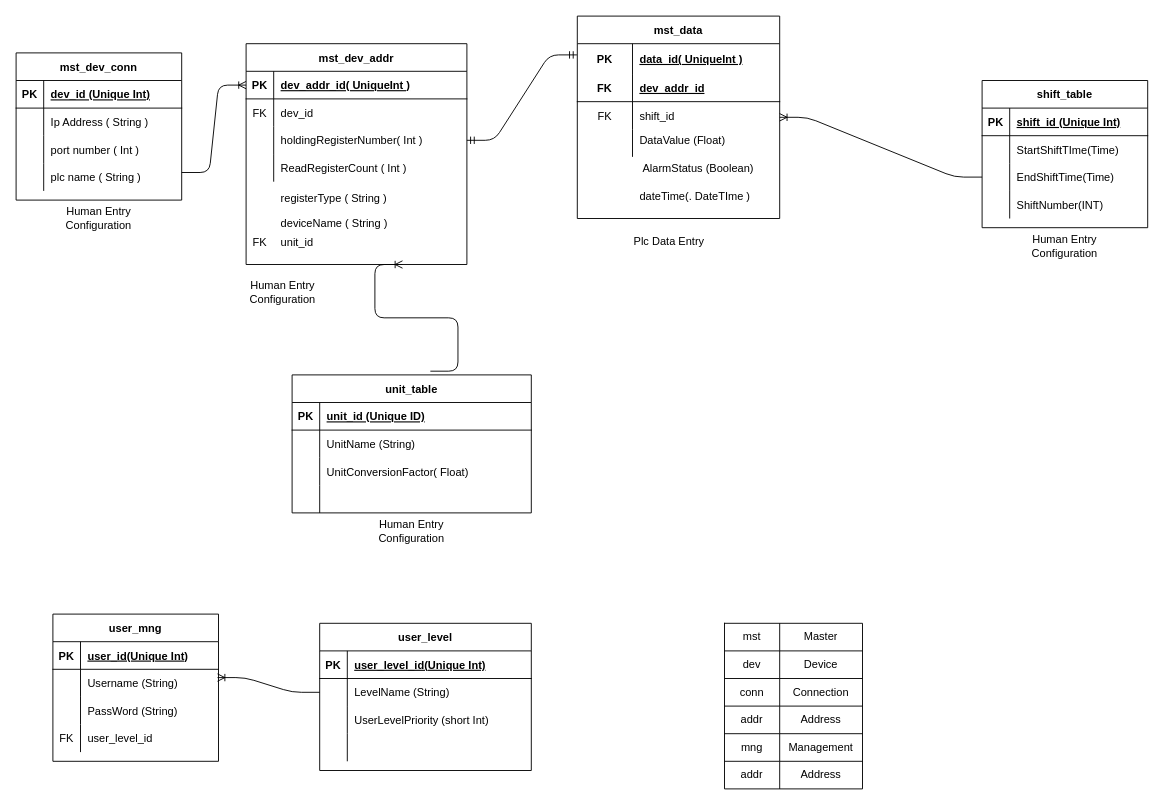
Before: iDAQ/Documents/design-doc/database/DatabaseStructure_IDAC.drawio in TeamATAuomationTeknix/iDAQ, a draw.io diagram. Source tidied: cells renumbered, new cells numbered last; positions are measured from the earlier drawing's top-left corner, leaving out a move shared by most shapes. Both pictures are drawn from the tidied source at 92%, with x=0, y=0 at pixel (16, 16).
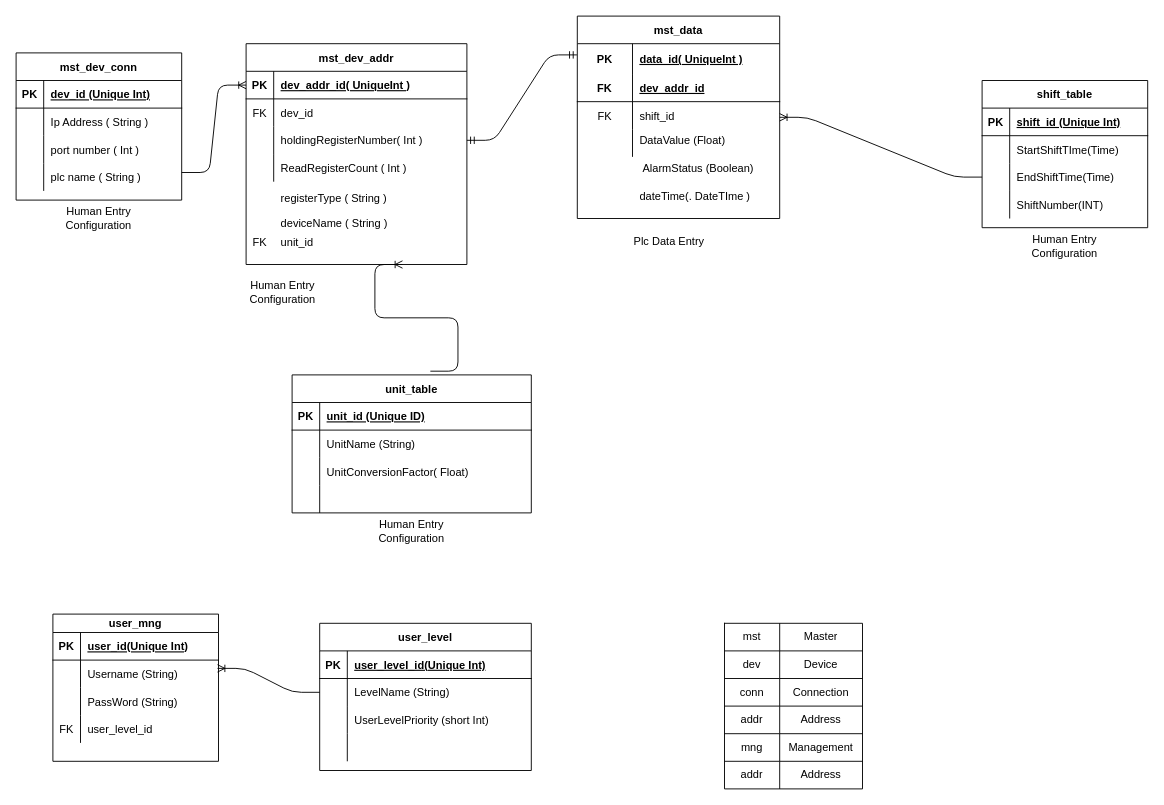
The same page after the edit.

The edit, as a diff of the source:
```diff
@@
-    <mxCell id="69" value="user_mng" style="shape=table;startSize=30;childLayout=tableLayout;rowLines=0;fontStyle=1;align=center;" parent="1" vertex="1">
+    <mxCell id="69" value="user_mng" style="shape=table;startSize=20;childLayout=tableLayout;rowLines=0;fontStyle=1;align=center;" parent="1" vertex="1">
       <mxGeometry x="40" y="650" width="180" height="160" as="geometry" />
     </mxCell>
     <mxCell id="70" style="shape=partialRectangle;fillColor=none;top=0;left=0;bottom=1;right=0;" parent="69" vertex="1">
-      <mxGeometry y="30" width="180" height="30" as="geometry" />
+      <mxGeometry y="20" width="180" height="30" as="geometry" />
     </mxCell>
@@
     <mxCell id="73" style="shape=partialRectangle;fillColor=none;top=0;left=0;bottom=0;right=0;points=[[0,0.5],[1,0.5]];portConstraint=eastwest;" parent="69" vertex="1">
-      <mxGeometry y="60" width="180" height="30" as="geometry" />
+      <mxGeometry y="50" width="180" height="30" as="geometry" />
     </mxCell>
@@
     <mxCell id="76" style="shape=partialRectangle;fillColor=none;top=0;left=0;bottom=0;right=0;" parent="69" vertex="1">
-      <mxGeometry y="90" width="180" height="30" as="geometry" />
+      <mxGeometry y="80" width="180" height="30" as="geometry" />
     </mxCell>
@@
     <mxCell id="79" style="shape=partialRectangle;fillColor=none;top=0;left=0;bottom=0;right=0;" parent="69" vertex="1">
-      <mxGeometry y="120" width="180" height="30" as="geometry" />
+      <mxGeometry y="110" width="180" height="30" as="geometry" />
     </mxCell>
```
